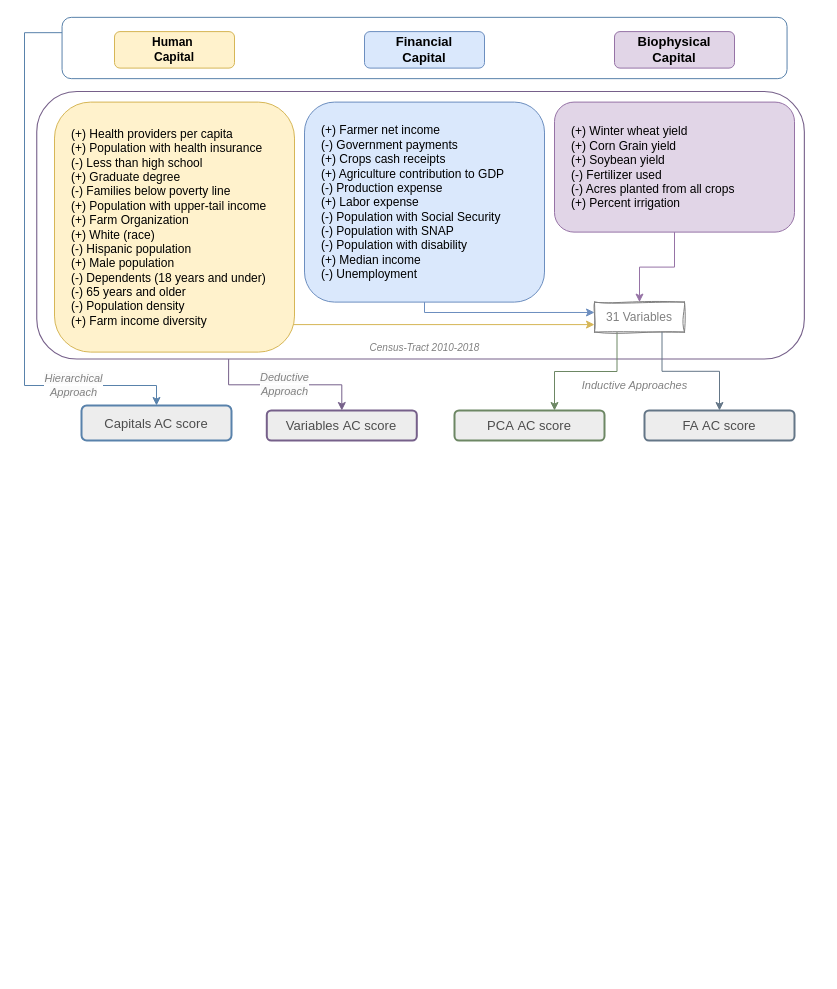
This is ACIndicatorSelectionFrameworkSummer2024.drawio from dealchre/gradDrawio, a draw.io file, before an edit. Source tidied: cells renumbered, new cells numbered last; positions are measured from the earlier drawing's top-left corner, leaving out a move shared by most shapes. Both pictures are drawn from the tidied source at 100%, with x=0, y=0 at pixel (24, -315).
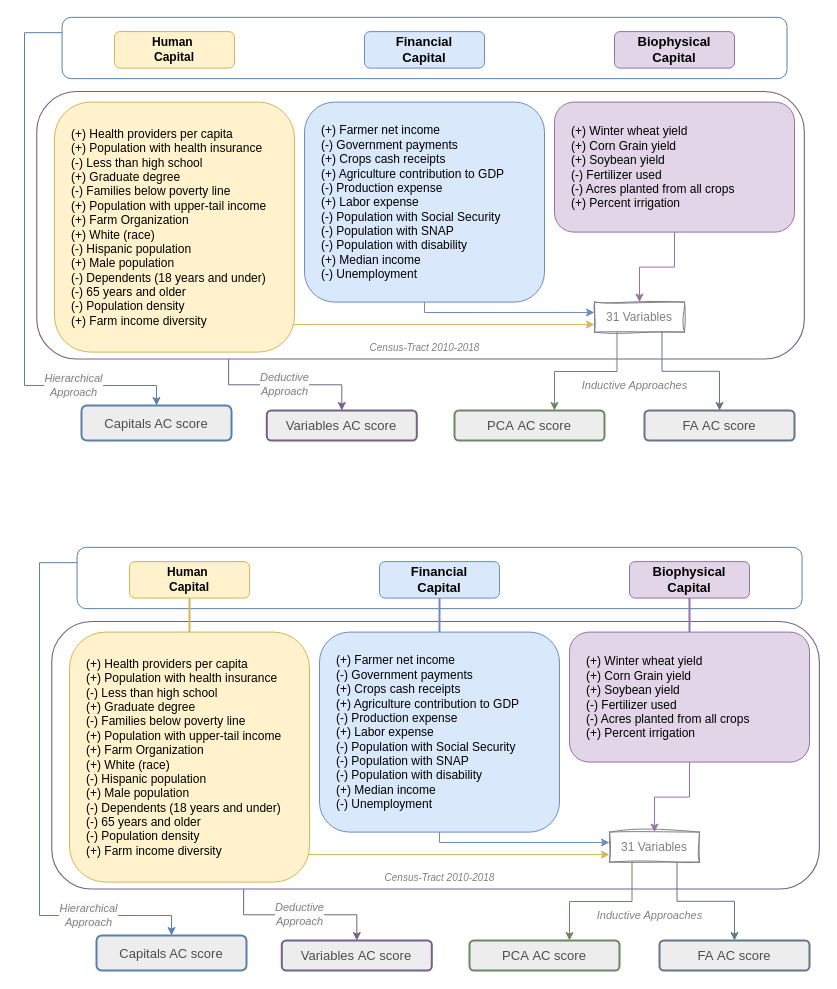
The same page after the edit.

What changed in the source:
```diff
@@
+    <mxCell id="23" value="&lt;font style=&quot;font-size: 13px;&quot;&gt;Capitals AC score&lt;/font&gt;" style="text;html=1;strokeColor=#5982AB;fillColor=#EDEDED;align=center;verticalAlign=middle;whiteSpace=wrap;rounded=1;fontSize=12;fontColor=#4D4D4D;fontFamily=Helvetica;labelBorderColor=none;labelBackgroundColor=none;strokeWidth=2;" parent="1" vertex="1">
+      <mxGeometry x="72" y="1250" width="150" height="35" as="geometry" />
+    </mxCell>
+    <mxCell id="24" value="&lt;font style=&quot;font-size: 13px;&quot;&gt;&lt;font style=&quot;font-size: 13px;&quot;&gt;PCA&amp;nbsp;&lt;/font&gt;&lt;span style=&quot;&quot;&gt;AC score&lt;/span&gt;&lt;/font&gt;" style="text;html=1;strokeColor=#6D8764;fillColor=#EDEDED;align=center;verticalAlign=middle;whiteSpace=wrap;rounded=1;glass=0;shadow=0;fontColor=#4D4D4D;strokeWidth=2;" parent="1" vertex="1">
+      <mxGeometry x="445" y="1255" width="150" height="30" as="geometry" />
+    </mxCell>
+    <mxCell id="25" value="&lt;font style=&quot;font-size: 13px;&quot;&gt;&lt;font style=&quot;font-size: 13px;&quot;&gt;FA&amp;nbsp;&lt;/font&gt;&lt;span style=&quot;&quot;&gt;AC score&lt;/span&gt;&lt;/font&gt;" style="text;html=1;strokeColor=#647687;fillColor=#EDEDED;align=center;verticalAlign=middle;whiteSpace=wrap;rounded=1;glass=0;shadow=0;fontColor=#4D4D4D;strokeWidth=2;" parent="1" vertex="1">
+      <mxGeometry x="635" y="1255" width="150" height="30" as="geometry" />
+    </mxCell>
+    <mxCell id="26" value="&lt;span style=&quot;font-family: Helvetica; font-variant-ligatures: normal; font-variant-caps: normal; font-weight: 400; letter-spacing: normal; orphans: 2; text-align: center; text-indent: 0px; text-transform: none; widows: 2; word-spacing: 0px; -webkit-text-stroke-width: 0px; white-space: normal; background-color: rgb(251, 251, 251); text-decoration-thickness: initial; text-decoration-style: initial; text-decoration-color: initial; float: none; display: inline !important;&quot;&gt;&lt;font style=&quot;font-size: 11px;&quot;&gt;&lt;i&gt;Deductive Approach&lt;/i&gt;&lt;/font&gt;&lt;/span&gt;" style="edgeStyle=orthogonalEdgeStyle;rounded=0;jettySize=auto;html=1;exitX=1;exitY=0.75;exitDx=0;exitDy=0;entryX=0.5;entryY=0;entryDx=0;entryDy=0;strokeColor=#76608A;fontColor=#808080;" parent="1" edge="1" source="27" target="45">
+      <mxGeometry relative="1" as="geometry" />
+    </mxCell>
+    <mxCell id="27" style="rounded=1;whiteSpace=wrap;html=1;fontSize=13;labelBorderColor=default;labelBackgroundColor=none;fillColor=none;strokeColor=#76608A;rotation=90;fontColor=#333333;strokeWidth=1.1;" parent="1" vertex="1">
+      <mxGeometry x="277.3" y="686" width="267.5" height="767.6" as="geometry" />
+    </mxCell>
+    <mxCell id="28" style="edgeStyle=orthogonalEdgeStyle;rounded=0;jettySize=auto;html=1;exitX=0.995;exitY=0.832;exitDx=0;exitDy=0;strokeColor=#d6b656;exitPerimeter=0;fillColor=#fff2cc;entryX=0;entryY=0.75;entryDx=0;entryDy=0;" parent="1" edge="1" target="43">
+      <mxGeometry relative="1" as="geometry">
+        <mxPoint x="282.8" y="1162.8" as="sourcePoint" />
+        <Array as="points">
+          <mxPoint x="274" y="1163.1" />
+          <mxPoint x="274" y="1169.1" />
+        </Array>
+      </mxGeometry>
+    </mxCell>
+    <mxCell id="29" value="&lt;div style=&quot;&quot;&gt;&lt;span style=&quot;background-color: initial;&quot;&gt;(+) Health providers per capita&lt;/span&gt;&lt;/div&gt;&lt;span style=&quot;background-color: initial;&quot;&gt;&lt;div style=&quot;&quot;&gt;&lt;span style=&quot;background-color: initial;&quot;&gt;(+) Population with health insurance&lt;/span&gt;&lt;/div&gt;&lt;/span&gt;&lt;span style=&quot;background-color: initial;&quot;&gt;&lt;div style=&quot;&quot;&gt;&lt;span style=&quot;background-color: initial;&quot;&gt;(-) Less than high school&lt;/span&gt;&lt;/div&gt;&lt;/span&gt;&lt;span style=&quot;background-color: initial;&quot;&gt;&lt;div style=&quot;&quot;&gt;&lt;span style=&quot;background-color: initial;&quot;&gt;(+) Graduate degree&lt;/span&gt;&lt;/div&gt;&lt;/span&gt;&lt;span style=&quot;background-color: initial;&quot;&gt;&lt;div style=&quot;&quot;&gt;&lt;span style=&quot;background-color: initial;&quot;&gt;(-) Families below poverty line&lt;/span&gt;&lt;/div&gt;&lt;/span&gt;&lt;span style=&quot;background-color: initial;&quot;&gt;&lt;div style=&quot;&quot;&gt;&lt;span style=&quot;background-color: initial;&quot;&gt;(+) Population with upper-tail income&lt;/span&gt;&lt;/div&gt;&lt;div style=&quot;&quot;&gt;(+) Farm Organization&lt;span style=&quot;background-color: initial;&quot;&gt;&lt;br&gt;&lt;/span&gt;&lt;/div&gt;&lt;/span&gt;&lt;span style=&quot;background-color: initial;&quot;&gt;&lt;div style=&quot;&quot;&gt;&lt;span style=&quot;background-color: initial;&quot;&gt;(+) White (race)&lt;/span&gt;&lt;/div&gt;&lt;/span&gt;&lt;span style=&quot;background-color: initial;&quot;&gt;&lt;div style=&quot;&quot;&gt;&lt;span style=&quot;background-color: initial;&quot;&gt;(-) Hispanic population&lt;/span&gt;&lt;/div&gt;&lt;/span&gt;&lt;span style=&quot;background-color: initial;&quot;&gt;&lt;div style=&quot;&quot;&gt;&lt;span style=&quot;background-color: initial;&quot;&gt;(+) Male population&lt;/span&gt;&lt;/div&gt;&lt;/span&gt;&lt;span style=&quot;background-color: initial;&quot;&gt;&lt;div style=&quot;&quot;&gt;&lt;span style=&quot;background-color: initial;&quot;&gt;(-) Dependents (18 years and under)&lt;/span&gt;&lt;/div&gt;&lt;/span&gt;&lt;span style=&quot;background-color: initial;&quot;&gt;&lt;div style=&quot;&quot;&gt;&lt;span style=&quot;background-color: initial;&quot;&gt;(-) 65 years and older&lt;/span&gt;&lt;/div&gt;&lt;/span&gt;&lt;span style=&quot;background-color: initial;&quot;&gt;&lt;div style=&quot;&quot;&gt;&lt;span style=&quot;background-color: initial;&quot;&gt;(-) Population density&lt;/span&gt;&lt;/div&gt;&lt;/span&gt;&lt;span style=&quot;background-color: initial;&quot;&gt;&lt;div style=&quot;&quot;&gt;&lt;span style=&quot;background-color: initial;&quot;&gt;(+) Farm income diversity&amp;nbsp;&lt;/span&gt;&lt;/div&gt;&lt;/span&gt;" style="whiteSpace=wrap;html=1;rounded=1;fillColor=#fff2cc;strokeColor=#d6b656;align=left;spacingLeft=15;" parent="1" vertex="1">
+      <mxGeometry x="45" y="946.6" width="240" height="250" as="geometry" />
+    </mxCell>
+    <mxCell id="30" style="edgeStyle=orthogonalEdgeStyle;rounded=0;jettySize=auto;html=1;entryX=0;entryY=0.346;entryDx=0;entryDy=0;strokeColor=#6c8ebf;exitX=0.5;exitY=1;exitDx=0;exitDy=0;fillColor=#dae8fc;entryPerimeter=0;" parent="1" edge="1" source="31" target="43">
+      <mxGeometry relative="1" as="geometry">
+        <Array as="points">
+          <mxPoint x="415" y="1156.1" />
+          <mxPoint x="585" y="1156.1" />
+        </Array>
+      </mxGeometry>
+    </mxCell>
+    <mxCell id="31" value="&lt;div style=&quot;&quot;&gt;&lt;span style=&quot;background-color: initial;&quot;&gt;(+) Farmer net income&lt;/span&gt;&lt;/div&gt;&lt;span style=&quot;background-color: initial;&quot;&gt;&lt;div style=&quot;&quot;&gt;&lt;span style=&quot;background-color: initial;&quot;&gt;(-) Government payments&lt;/span&gt;&lt;/div&gt;&lt;/span&gt;&lt;span style=&quot;background-color: initial;&quot;&gt;&lt;div style=&quot;&quot;&gt;&lt;span style=&quot;background-color: initial;&quot;&gt;(+) Crops cash receipts&lt;/span&gt;&lt;/div&gt;&lt;/span&gt;&lt;span style=&quot;background-color: initial;&quot;&gt;&lt;div style=&quot;&quot;&gt;&lt;span style=&quot;background-color: initial;&quot;&gt;(+) Agriculture contribution to GDP&lt;/span&gt;&lt;/div&gt;&lt;/span&gt;&lt;span style=&quot;background-color: initial;&quot;&gt;&lt;div style=&quot;&quot;&gt;&lt;span style=&quot;background-color: initial;&quot;&gt;(-) Production expense&lt;/span&gt;&lt;/div&gt;&lt;/span&gt;&lt;span style=&quot;background-color: initial;&quot;&gt;&lt;div style=&quot;&quot;&gt;&lt;span style=&quot;background-color: initial;&quot;&gt;(+) Labor expense&lt;/span&gt;&lt;/div&gt;&lt;/span&gt;&lt;span style=&quot;background-color: initial;&quot;&gt;&lt;div style=&quot;&quot;&gt;&lt;span style=&quot;background-color: initial;&quot;&gt;(-) Population with Social Security&lt;/span&gt;&lt;/div&gt;&lt;/span&gt;&lt;span style=&quot;background-color: initial;&quot;&gt;&lt;div style=&quot;&quot;&gt;&lt;span style=&quot;background-color: initial;&quot;&gt;(-) Population with SNAP&lt;/span&gt;&lt;/div&gt;&lt;/span&gt;&lt;span style=&quot;background-color: initial;&quot;&gt;&lt;div style=&quot;&quot;&gt;&lt;span style=&quot;background-color: initial;&quot;&gt;(-) Population with disability&lt;/span&gt;&lt;/div&gt;&lt;/span&gt;&lt;span style=&quot;background-color: initial;&quot;&gt;&lt;div style=&quot;&quot;&gt;&lt;span style=&quot;background-color: initial;&quot;&gt;(+) Median income&lt;/span&gt;&lt;/div&gt;&lt;/span&gt;&lt;span style=&quot;background-color: initial;&quot;&gt;&lt;div style=&quot;&quot;&gt;&lt;span style=&quot;background-color: initial;&quot;&gt;(-) Unemployment&lt;/span&gt;&lt;/div&gt;&lt;/span&gt;" style="whiteSpace=wrap;html=1;rounded=1;fillColor=#dae8fc;strokeColor=#6c8ebf;align=left;spacingLeft=15;" parent="1" vertex="1">
+      <mxGeometry x="295" y="946.6" width="240" height="200" as="geometry" />
+    </mxCell>
+    <mxCell id="32" value="&lt;i style=&quot;forced-color-adjust: none; font-family: Helvetica; font-variant-ligatures: normal; font-variant-caps: normal; font-weight: 400; letter-spacing: normal; orphans: 2; text-align: center; text-indent: 0px; text-transform: none; widows: 2; word-spacing: 0px; -webkit-text-stroke-width: 0px; white-space: normal; background-color: rgb(251, 251, 251); text-decoration-thickness: initial; text-decoration-style: initial; text-decoration-color: initial;&quot;&gt;Hierarchical Approach&lt;/i&gt;" style="edgeStyle=orthogonalEdgeStyle;rounded=0;jettySize=auto;html=1;exitX=0.25;exitY=1;exitDx=0;exitDy=0;strokeColor=#5982AB;fontColor=#808080;" parent="1" edge="1" source="33" target="23">
+      <mxGeometry x="0.62" relative="1" as="geometry">
+        <Array as="points">
+          <mxPoint x="15" y="877" />
+          <mxPoint x="15" y="1230" />
+          <mxPoint x="147" y="1230" />
+        </Array>
+      </mxGeometry>
+    </mxCell>
+    <mxCell id="33" style="rounded=1;whiteSpace=wrap;html=1;labelBackgroundColor=none;labelBorderColor=default;strokeColor=#5982AB;fontSize=13;fillColor=none;gradientColor=default;rotation=90;" parent="1" vertex="1">
+      <mxGeometry x="384.4" y="530" width="61.3" height="725" as="geometry" />
+    </mxCell>
+    <mxCell id="34" style="edgeStyle=orthogonalEdgeStyle;rounded=0;jettySize=auto;html=1;exitX=0.5;exitY=1;exitDx=0;exitDy=0;entryX=0.5;entryY=0;entryDx=0;entryDy=0;strokeColor=#9673a6;fillColor=#e1d5e7;" parent="1" edge="1" source="35" target="43">
+      <mxGeometry relative="1" as="geometry" />
+    </mxCell>
+    <mxCell id="35" value="&lt;div style=&quot;&quot;&gt;&lt;span style=&quot;background-color: initial;&quot;&gt;(+) Winter wheat yield&lt;/span&gt;&lt;/div&gt;&lt;span style=&quot;background-color: initial;&quot;&gt;&lt;div style=&quot;&quot;&gt;&lt;span style=&quot;background-color: initial;&quot;&gt;(+) Corn Grain yield&lt;/span&gt;&lt;/div&gt;&lt;/span&gt;&lt;span style=&quot;background-color: initial;&quot;&gt;&lt;div style=&quot;&quot;&gt;&lt;span style=&quot;background-color: initial;&quot;&gt;(+) Soybean yield&lt;/span&gt;&lt;/div&gt;&lt;/span&gt;&lt;span style=&quot;background-color: initial;&quot;&gt;&lt;div style=&quot;&quot;&gt;&lt;span style=&quot;background-color: initial;&quot;&gt;(-) Fertilizer used&lt;/span&gt;&lt;/div&gt;&lt;/span&gt;&lt;span style=&quot;background-color: initial;&quot;&gt;&lt;div style=&quot;&quot;&gt;&lt;span style=&quot;background-color: initial;&quot;&gt;(-) Acres planted from all crops&lt;/span&gt;&lt;/div&gt;&lt;/span&gt;&lt;span style=&quot;background-color: initial;&quot;&gt;&lt;div style=&quot;&quot;&gt;&lt;span style=&quot;background-color: initial;&quot;&gt;(+) Percent irrigation&lt;/span&gt;&lt;/div&gt;&lt;/span&gt;" style="html=1;rounded=1;fillColor=#e1d5e7;strokeColor=#9673a6;align=left;horizontal=1;whiteSpace=wrap;spacingLeft=15;" parent="1" vertex="1">
+      <mxGeometry x="545" y="946.6" width="240" height="130" as="geometry" />
+    </mxCell>
+    <mxCell id="36" style="edgeStyle=orthogonalEdgeStyle;rounded=0;jettySize=auto;html=1;exitX=0.5;exitY=1;exitDx=0;exitDy=0;endArrow=none;endFill=0;fillColor=#fff2cc;strokeColor=#d6b656;strokeWidth=2;" parent="1" edge="1" source="37" target="29">
+      <mxGeometry relative="1" as="geometry" />
+    </mxCell>
+    <mxCell id="37" value="&lt;b&gt;Human&amp;nbsp;&lt;/b&gt;&lt;div&gt;&lt;b&gt;Capital&lt;/b&gt;&lt;/div&gt;" style="whiteSpace=wrap;html=1;fillColor=#fff2cc;strokeColor=#d6b656;rounded=1;" parent="1" vertex="1">
+      <mxGeometry x="105" y="876.1" width="120" height="36.5" as="geometry" />
+    </mxCell>
+    <mxCell id="38" style="edgeStyle=orthogonalEdgeStyle;rounded=0;jettySize=auto;html=1;exitX=0.5;exitY=1;exitDx=0;exitDy=0;entryX=0.5;entryY=0;entryDx=0;entryDy=0;endArrow=none;endFill=0;strokeColor=light-dark(#6c8ebf, #ededed);strokeWidth=2;" parent="1" edge="1" source="39" target="31">
+      <mxGeometry relative="1" as="geometry" />
+    </mxCell>
+    <mxCell id="39" value="&lt;b&gt;&lt;font style=&quot;font-size: 13px;&quot;&gt;Financial&lt;/font&gt;&lt;/b&gt;&lt;div&gt;&lt;b&gt;&lt;font style=&quot;font-size: 13px;&quot;&gt;Capital&lt;/font&gt;&lt;/b&gt;&lt;/div&gt;" style="whiteSpace=wrap;html=1;fillColor=#dae8fc;strokeColor=#6c8ebf;rounded=1;" parent="1" vertex="1">
+      <mxGeometry x="355" y="876.1" width="120" height="36.5" as="geometry" />
+    </mxCell>
+    <mxCell id="40" style="edgeStyle=orthogonalEdgeStyle;rounded=0;jettySize=auto;html=1;exitX=0.5;exitY=1;exitDx=0;exitDy=0;strokeColor=light-dark(#9472a4, #ededed);strokeWidth=2;endArrow=none;endFill=0;" parent="1" edge="1" source="41" target="35">
+      <mxGeometry relative="1" as="geometry" />
+    </mxCell>
+    <mxCell id="41" value="&lt;b&gt;Biophysical Capital&lt;/b&gt;" style="whiteSpace=wrap;html=1;fillColor=#e1d5e7;strokeColor=#9673a6;rounded=1;fontSize=13;" parent="1" vertex="1">
+      <mxGeometry x="605" y="876.1" width="120" height="36.5" as="geometry" />
+    </mxCell>
+    <mxCell id="42" value="&lt;i&gt;Inductive Approaches&lt;/i&gt;" style="edgeStyle=orthogonalEdgeStyle;rounded=0;jettySize=auto;html=1;exitX=0.25;exitY=1;exitDx=0;exitDy=0;fontColor=#808080;strokeColor=#6D8764;" parent="1" edge="1" source="43" target="24">
+      <mxGeometry x="-0.44" y="22" relative="1" as="geometry">
+        <Array as="points">
+          <mxPoint x="608" y="1216" />
+          <mxPoint x="545" y="1216" />
+        </Array>
+        <mxPoint x="17" y="-8" as="offset" />
+      </mxGeometry>
+    </mxCell>
+    <mxCell id="43" value="&lt;font color=&quot;#808080&quot;&gt;31 Variables&lt;/font&gt;" style="text;html=1;strokeColor=#808080;fillColor=none;align=center;verticalAlign=middle;whiteSpace=wrap;rounded=0;glass=0;sketch=1;curveFitting=1;jiggle=2;shadow=0;" parent="1" vertex="1">
+      <mxGeometry x="585" y="1146.6" width="90" height="30" as="geometry" />
+    </mxCell>
+    <mxCell id="44" value="&lt;font style=&quot;font-size: 10px;&quot; color=&quot;#808080&quot;&gt;Census-Tract 2010-2018&lt;/font&gt;" style="text;html=1;strokeColor=none;fillColor=none;align=center;verticalAlign=middle;whiteSpace=wrap;rounded=0;glass=0;sketch=1;curveFitting=1;jiggle=2;shadow=0;fontStyle=2;fontSize=10;" parent="1" vertex="1">
+      <mxGeometry x="345.5" y="1176.6" width="139" height="30" as="geometry" />
+    </mxCell>
+    <mxCell id="45" value="&lt;font style=&quot;font-size: 13px;&quot;&gt;Variables&amp;nbsp;AC score&lt;/font&gt;" style="text;html=1;strokeColor=#76608A;fillColor=#EDEDED;align=center;verticalAlign=middle;whiteSpace=wrap;rounded=1;fontSize=12;fontColor=#4D4D4D;strokeWidth=2;labelBorderColor=none;labelBackgroundColor=none;" parent="1" vertex="1">
+      <mxGeometry x="257.3" y="1255" width="150" height="30" as="geometry" />
+    </mxCell>
+    <mxCell id="46" style="edgeStyle=orthogonalEdgeStyle;rounded=0;jettySize=auto;html=1;exitX=0.75;exitY=1;exitDx=0;exitDy=0;entryX=0.5;entryY=0;entryDx=0;entryDy=0;strokeColor=#647687;" parent="1" edge="1" source="43" target="25">
+      <mxGeometry relative="1" as="geometry" />
+    </mxCell>
```
